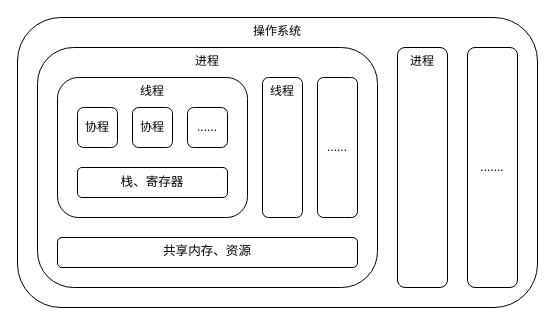
This is 2025/06/25/Unity协程一 进程、线程与协程/进程线程和协程.drawio from lenzo15/lenzo15.github.io, a draw.io file, before an edit. Source tidied: cells renumbered, new cells numbered last; positions are measured from the earlier drawing's top-left corner, leaving out a move shared by most shapes. Both pictures are drawn from the tidied source at 100%, with x=0, y=0 at pixel (17, 17).
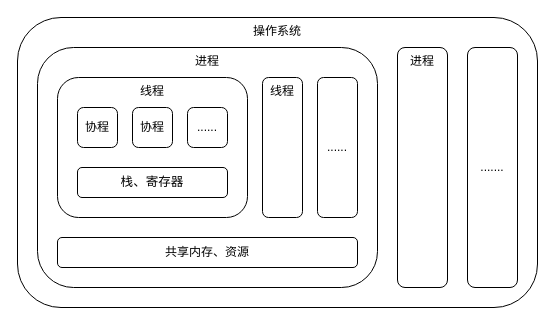
Above is the later version.

The edit, as a diff of the source:
```diff
@@
 <mxGraphModel>
   <root>
     <mxCell id="0" />
     <mxCell id="1" parent="0" />
     <mxCell id="2" value="操作系统" style="rounded=1;whiteSpace=wrap;html=1;align=center;gradientColor=none;fillColor=default;strokeColor=default;verticalAlign=top;" parent="1" vertex="1">
       <mxGeometry width="520" height="290" as="geometry" />
     </mxCell>
     <mxCell id="3" value="进程" style="rounded=1;whiteSpace=wrap;html=1;strokeColor=default;fontFamily=Helvetica;fillColor=default;gradientColor=none;verticalAlign=top;" parent="1" vertex="1">
       <mxGeometry x="20" y="30" width="340" height="240" as="geometry" />
     </mxCell>
     <mxCell id="4" value="进程" style="rounded=1;whiteSpace=wrap;html=1;strokeColor=default;fontFamily=Helvetica;fillColor=default;gradientColor=none;verticalAlign=top;" parent="1" vertex="1">
       <mxGeometry x="380" y="30" width="50" height="240" as="geometry" />
     </mxCell>
     <mxCell id="5" value="......." style="rounded=1;whiteSpace=wrap;html=1;strokeColor=default;fontFamily=Helvetica;fillColor=default;gradientColor=none;" parent="1" vertex="1">
       <mxGeometry x="450" y="30" width="50" height="240" as="geometry" />
     </mxCell>
     <mxCell id="6" value="线程" style="rounded=1;whiteSpace=wrap;html=1;strokeColor=default;fontFamily=Helvetica;fillColor=default;gradientColor=none;verticalAlign=top;" parent="1" vertex="1">
       <mxGeometry x="40" y="60" width="190" height="140" as="geometry" />
     </mxCell>
     <mxCell id="7" value="......" style="rounded=1;whiteSpace=wrap;html=1;strokeColor=default;fontFamily=Helvetica;fillColor=default;gradientColor=none;" parent="1" vertex="1">
       <mxGeometry x="300" y="60" width="40" height="140" as="geometry" />
     </mxCell>
     <mxCell id="8" value="线程" style="rounded=1;whiteSpace=wrap;html=1;strokeColor=default;fontFamily=Helvetica;fillColor=default;gradientColor=none;verticalAlign=top;" parent="1" vertex="1">
       <mxGeometry x="245" y="60" width="40" height="140" as="geometry" />
     </mxCell>
     <mxCell id="9" value="协程" style="rounded=1;whiteSpace=wrap;html=1;strokeColor=default;fontFamily=Helvetica;fillColor=default;gradientColor=none;" parent="1" vertex="1">
       <mxGeometry x="60" y="90" width="40" height="40" as="geometry" />
     </mxCell>
     <mxCell id="10" value="协程" style="rounded=1;whiteSpace=wrap;html=1;strokeColor=default;fontFamily=Helvetica;fillColor=default;gradientColor=none;" parent="1" vertex="1">
       <mxGeometry x="115" y="90" width="40" height="40" as="geometry" />
     </mxCell>
     <mxCell id="11" value="......" style="rounded=1;whiteSpace=wrap;html=1;strokeColor=default;fontFamily=Helvetica;fillColor=default;gradientColor=none;" parent="1" vertex="1">
       <mxGeometry x="170" y="90" width="40" height="40" as="geometry" />
     </mxCell>
-    <mxCell id="12" value="&lt;pre style=&quot;overflow: auto; padding: 9.144px 13.716px; text-wrap-mode: wrap; word-break: break-all; font-size: 12.573px; text-align: start; margin-top: 0px !important; margin-bottom: 0px !important;&quot;&gt;&lt;font face=&quot;Helvetica&quot;&gt;共享内存、资源&lt;/font&gt;&lt;/pre&gt;" style="rounded=1;whiteSpace=wrap;html=1;" parent="1" vertex="1">
+    <mxCell id="12" value="共享内存、资源" style="rounded=1;whiteSpace=wrap;html=1;" parent="1" vertex="1">
       <mxGeometry x="40" y="220" width="300" height="30" as="geometry" />
     </mxCell>
     <mxCell id="13" value="&lt;div style=&quot;overflow: auto; padding: 9.144px 13.716px; text-wrap-mode: wrap; word-break: break-all; font-size: 12.573px; text-align: start; margin-top: 0px !important; margin-bottom: 0px !important;&quot;&gt;栈、寄存器&lt;/div&gt;" style="rounded=1;whiteSpace=wrap;html=1;fontFamily=Helvetica;" parent="1" vertex="1">
       <mxGeometry x="60" y="150" width="150" height="30" as="geometry" />
     </mxCell>
   </root>
 </mxGraphModel>
```
